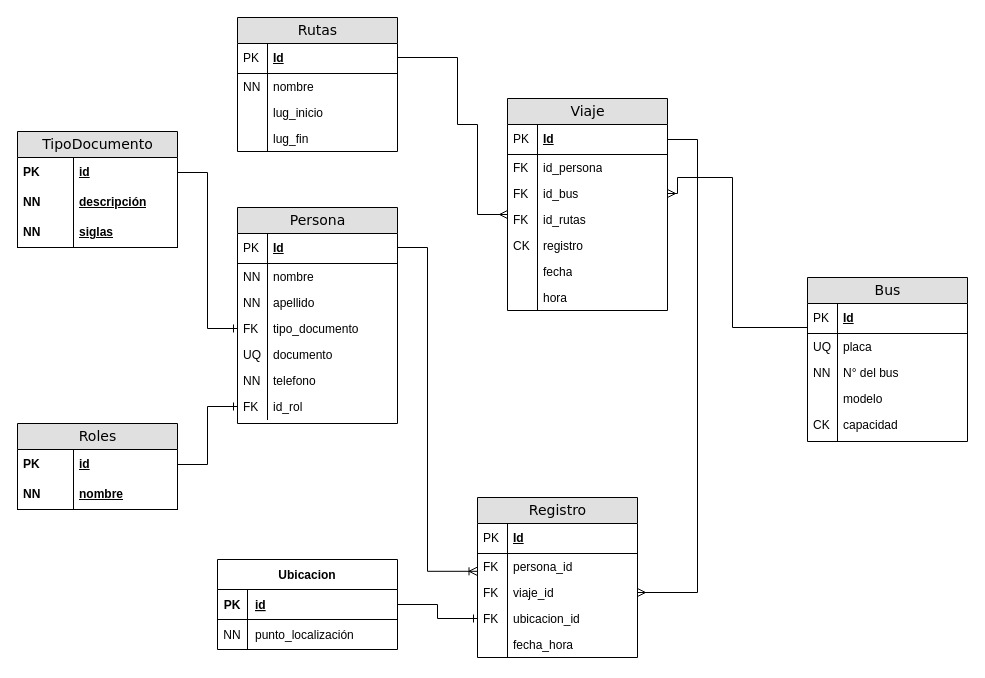
Before: DER2.0_proyecto_trans.drawio in Andres-Nicolas/Diagramas, a draw.io diagram. Source tidied: cells renumbered, new cells numbered last; positions are measured from the earlier drawing's top-left corner, leaving out a move shared by most shapes. Both pictures are drawn from the tidied source at 100%, with x=0, y=0 at pixel (17, 17).
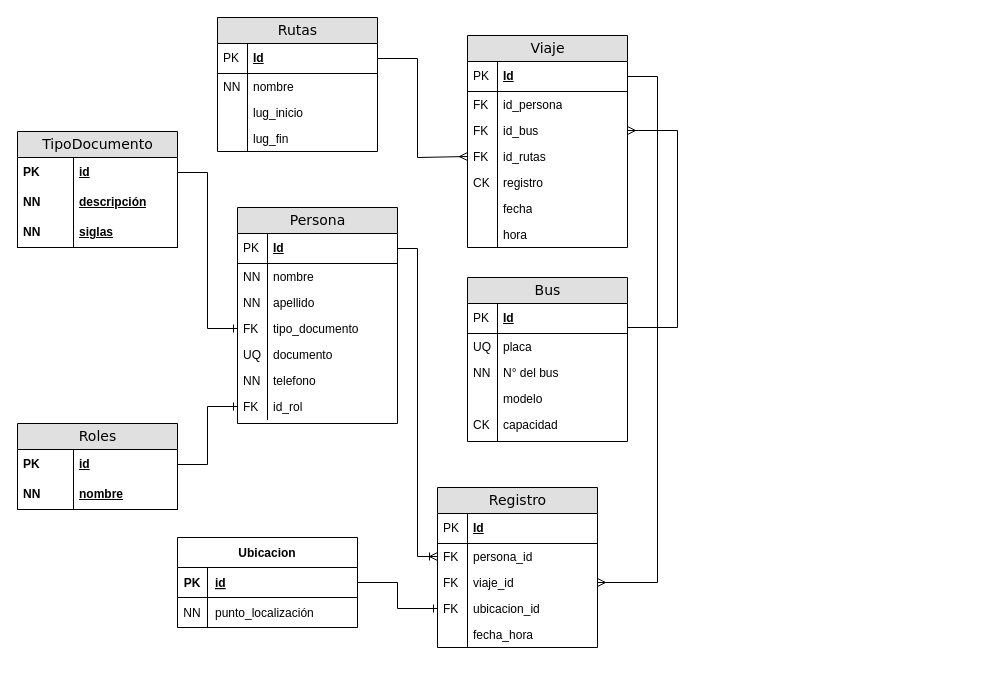
The same page after the edit.

The change refers to these unchanged cells:
```xml
<mxCell id="8" value="Id" style="shape=partialRectangle;top=0;left=0;right=0;bottom=1;html=1;align=left;verticalAlign=middle;fillColor=none;spacingLeft=34;spacingRight=4;whiteSpace=wrap;overflow=hidden;points=[[0,0.5],[1,0.5]];portConstraint=eastwest;fontStyle=5;" parent="7" vertex="1">
  <mxGeometry y="26" width="160" height="30" as="geometry" />
</mxCell>
<mxCell id="12" value="id_bus" style="shape=partialRectangle;top=0;left=0;right=0;bottom=0;html=1;align=left;verticalAlign=top;fillColor=none;spacingLeft=34;spacingRight=4;whiteSpace=wrap;overflow=hidden;points=[[0,0.5],[1,0.5]];portConstraint=eastwest;" parent="7" vertex="1">
  <mxGeometry y="82" width="160" height="26" as="geometry" />
</mxCell>
<mxCell id="14" value="id_rutas" style="shape=partialRectangle;top=0;left=0;right=0;bottom=0;html=1;align=left;verticalAlign=top;fillColor=none;spacingLeft=34;spacingRight=4;whiteSpace=wrap;overflow=hidden;points=[[0,0.5],[1,0.5]];portConstraint=eastwest;" parent="7" vertex="1">
  <mxGeometry y="108" width="160" height="26" as="geometry" />
</mxCell>
<mxCell id="23" value="Id" style="shape=partialRectangle;top=0;left=0;right=0;bottom=1;html=1;align=left;verticalAlign=middle;fillColor=none;spacingLeft=34;spacingRight=4;whiteSpace=wrap;overflow=hidden;points=[[0,0.5],[1,0.5]];portConstraint=eastwest;fontStyle=5;" parent="22" vertex="1">
  <mxGeometry y="26" width="160" height="30" as="geometry" />
</mxCell>
<mxCell id="39" value="Id" style="shape=partialRectangle;top=0;left=0;right=0;bottom=1;html=1;align=left;verticalAlign=middle;fillColor=none;spacingLeft=34;spacingRight=4;whiteSpace=wrap;overflow=hidden;points=[[0,0.5],[1,0.5]];portConstraint=eastwest;fontStyle=5;" parent="38" vertex="1">
  <mxGeometry y="26" width="160" height="30" as="geometry" />
</mxCell>
<mxCell id="80" value="persona_id" style="shape=partialRectangle;top=0;left=0;right=0;bottom=0;html=1;align=left;verticalAlign=top;fillColor=none;spacingLeft=34;spacingRight=4;whiteSpace=wrap;overflow=hidden;points=[[0,0.5],[1,0.5]];portConstraint=eastwest;" parent="77" vertex="1">
  <mxGeometry y="56" width="160" height="26" as="geometry" />
</mxCell>
<mxCell id="82" value="viaje_id" style="shape=partialRectangle;top=0;left=0;right=0;bottom=0;html=1;align=left;verticalAlign=top;fillColor=none;spacingLeft=34;spacingRight=4;whiteSpace=wrap;overflow=hidden;points=[[0,0.5],[1,0.5]];portConstraint=eastwest;" parent="77" vertex="1">
  <mxGeometry y="82" width="160" height="26" as="geometry" />
</mxCell>
```

The edit, as a diff of the source:
```diff
@@
     <mxCell id="7" value="Viaje" style="swimlane;html=1;fontStyle=0;horizontal=1;startSize=26;fillColor=#e0e0e0;swimlaneFillColor=#ffffff;align=center;rounded=0;shadow=0;comic=0;labelBackgroundColor=none;strokeWidth=1;fontFamily=Verdana;fontSize=14;swimlaneLine=1;" parent="1" vertex="1">
-      <mxGeometry x="490" y="81" width="160" height="212" as="geometry" />
+      <mxGeometry x="450" y="18" width="160" height="212" as="geometry" />
     </mxCell>
@@
     <mxCell id="38" value="Rutas" style="swimlane;html=1;fontStyle=0;horizontal=1;startSize=26;fillColor=#e0e0e0;swimlaneFillColor=#ffffff;align=center;rounded=0;shadow=0;comic=0;labelBackgroundColor=none;strokeWidth=1;fontFamily=Verdana;fontSize=14;swimlaneLine=1;" parent="1" vertex="1">
-      <mxGeometry x="220" width="160" height="134" as="geometry" />
+      <mxGeometry x="200" width="160" height="134" as="geometry" />
     </mxCell>
@@
-    <mxCell id="47" style="edgeStyle=orthogonalEdgeStyle;rounded=0;jettySize=auto;html=1;endArrow=ERmany;endFill=0;exitX=1;exitY=0.5;exitDx=0;exitDy=0;" parent="1" edge="1" source="39" target="14">
+    <mxCell id="47" style="edgeStyle=orthogonalEdgeStyle;rounded=0;jettySize=auto;html=1;endArrow=ERmany;endFill=0;exitX=1;exitY=0.5;exitDx=0;exitDy=0;entryX=0;entryY=0.5;entryDx=0;entryDy=0;" parent="1" edge="1" source="39" target="14">
       <mxGeometry relative="1" as="geometry">
         <Array as="points">
-          <mxPoint x="440" y="40" />
-          <mxPoint x="440" y="107" />
-          <mxPoint x="460" y="107" />
-          <mxPoint x="460" y="197" />
+          <mxPoint x="400" y="41" />
+          <mxPoint x="400" y="140" />
         </Array>
       </mxGeometry>
     </mxCell>
-    <mxCell id="48" style="edgeStyle=orthogonalEdgeStyle;rounded=0;jettySize=auto;html=1;entryX=1;entryY=0.5;entryDx=0;entryDy=0;endArrow=ERmany;endFill=0;" parent="1" edge="1" source="49" target="12">
+    <mxCell id="48" style="edgeStyle=orthogonalEdgeStyle;rounded=0;jettySize=auto;html=1;endArrow=ERmany;endFill=0;entryX=1;entryY=0.5;entryDx=0;entryDy=0;" parent="1" edge="1" source="49" target="12">
       <mxGeometry relative="1" as="geometry">
         <Array as="points">
-          <mxPoint x="715" y="310" />
-          <mxPoint x="715" y="160" />
-          <mxPoint x="660" y="160" />
-          <mxPoint x="660" y="176" />
+          <mxPoint x="660" y="310" />
+          <mxPoint x="660" y="113" />
         </Array>
       </mxGeometry>
     </mxCell>
     <mxCell id="49" value="Bus" style="swimlane;html=1;fontStyle=0;horizontal=1;startSize=26;fillColor=#e0e0e0;swimlaneFillColor=#ffffff;align=center;rounded=0;shadow=0;comic=0;labelBackgroundColor=none;strokeWidth=1;fontFamily=Verdana;fontSize=14;" parent="1" vertex="1">
-      <mxGeometry x="790" y="260" width="160" height="164" as="geometry" />
+      <mxGeometry x="450" y="260" width="160" height="164" as="geometry" />
     </mxCell>
@@
     <mxCell id="68" value="Ubicacion" style="shape=table;startSize=30;childLayout=tableLayout;rowLines=0;fontStyle=1;align=center;" parent="1" vertex="1">
-      <mxGeometry x="200" y="542" width="180" height="90" as="geometry" />
+      <mxGeometry x="160" y="520" width="180" height="90" as="geometry" />
     </mxCell>
@@
-    <mxCell id="75" style="edgeStyle=orthogonalEdgeStyle;fontSize=12;html=1;endArrow=ERoneToMany;rounded=0;entryX=-0.003;entryY=0.792;entryDx=0;entryDy=0;entryPerimeter=0;exitX=1;exitY=0.5;exitDx=0;exitDy=0;" parent="1" edge="1" source="23">
+    <mxCell id="75" style="edgeStyle=orthogonalEdgeStyle;fontSize=12;html=1;endArrow=ERoneToMany;rounded=0;entryX=0;entryY=0.5;entryDx=0;entryDy=0;exitX=1;exitY=0.5;exitDx=0;exitDy=0;" parent="1" edge="1" source="23" target="80">
       <mxGeometry relative="1" as="geometry">
-        <mxPoint x="459.5" y="553.8" as="targetPoint" />
         <Array as="points">
-          <mxPoint x="380" y="230" />
-          <mxPoint x="410" y="230" />
-          <mxPoint x="410" y="554" />
+          <mxPoint x="400" y="231" />
+          <mxPoint x="400" y="539" />
         </Array>
       </mxGeometry>
     </mxCell>
     <mxCell id="76" style="edgeStyle=elbowEdgeStyle;fontSize=12;html=1;endArrow=ERmany;rounded=0;entryX=1;entryY=0.5;entryDx=0;entryDy=0;exitX=1;exitY=0.5;exitDx=0;exitDy=0;" parent="1" edge="1" source="8" target="82">
       <mxGeometry relative="1" as="geometry">
         <Array as="points">
+          <mxPoint x="640" y="59" />
+          <mxPoint x="660" y="80" />
           <mxPoint x="680" y="380" />
           <mxPoint x="650" y="550" />
           <mxPoint x="680" y="350" />
         </Array>
       </mxGeometry>
     </mxCell>
     <mxCell id="77" value="Registro" style="swimlane;html=1;fontStyle=0;horizontal=1;startSize=26;fillColor=#e0e0e0;swimlaneFillColor=#ffffff;align=center;rounded=0;shadow=0;comic=0;labelBackgroundColor=none;strokeWidth=1;fontFamily=Verdana;fontSize=14;" parent="1" vertex="1">
-      <mxGeometry x="460" y="480" width="160" height="160" as="geometry" />
+      <mxGeometry x="420" y="470" width="160" height="160" as="geometry" />
     </mxCell>
```
